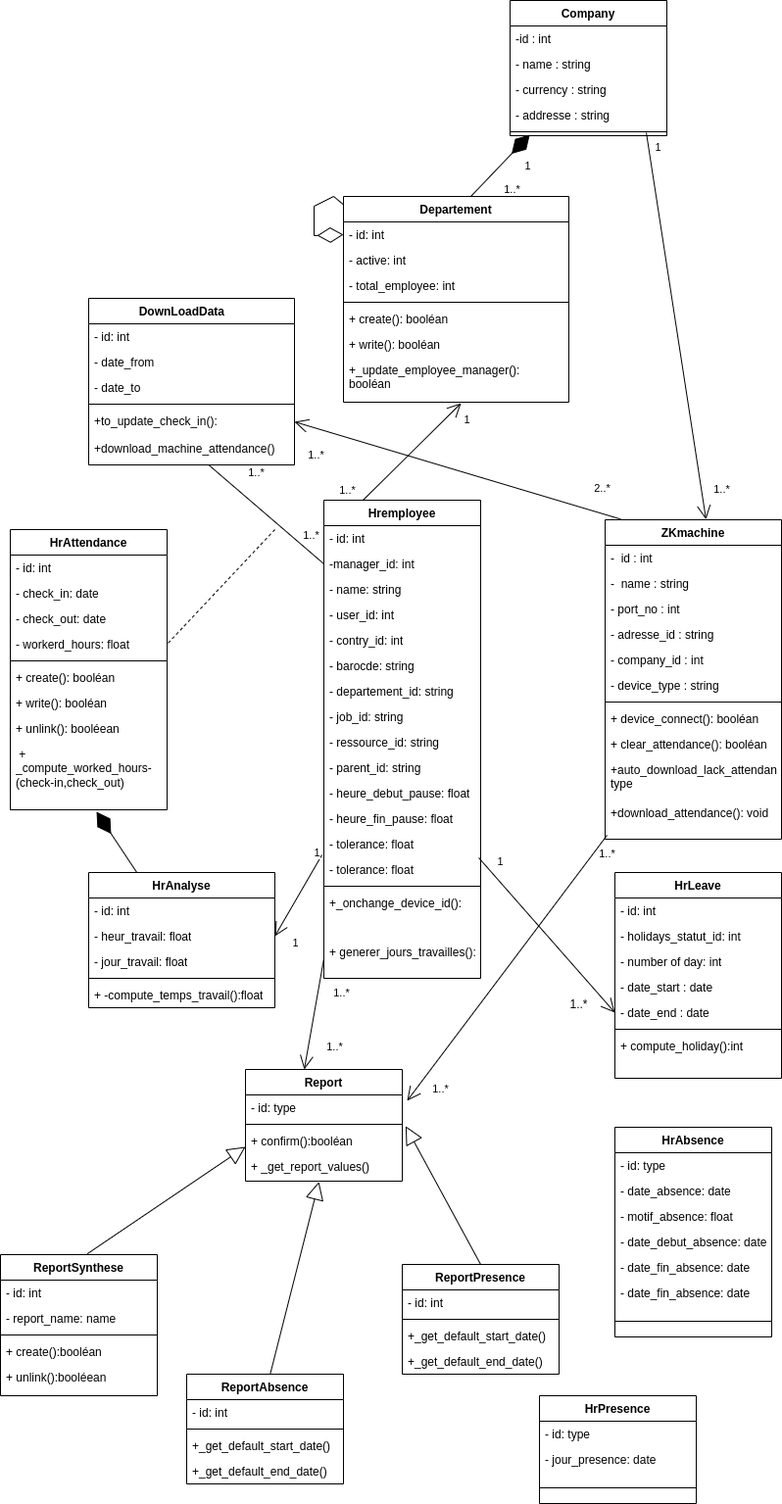
The draw.io diagram static/Diagramme de classe.drawio.png in Siluearsene/borne_biometrique, before a commit. Source tidied: cells renumbered, new cells last; positions are measured from the earlier drawing's top-left corner, leaving out a move shared by most shapes.
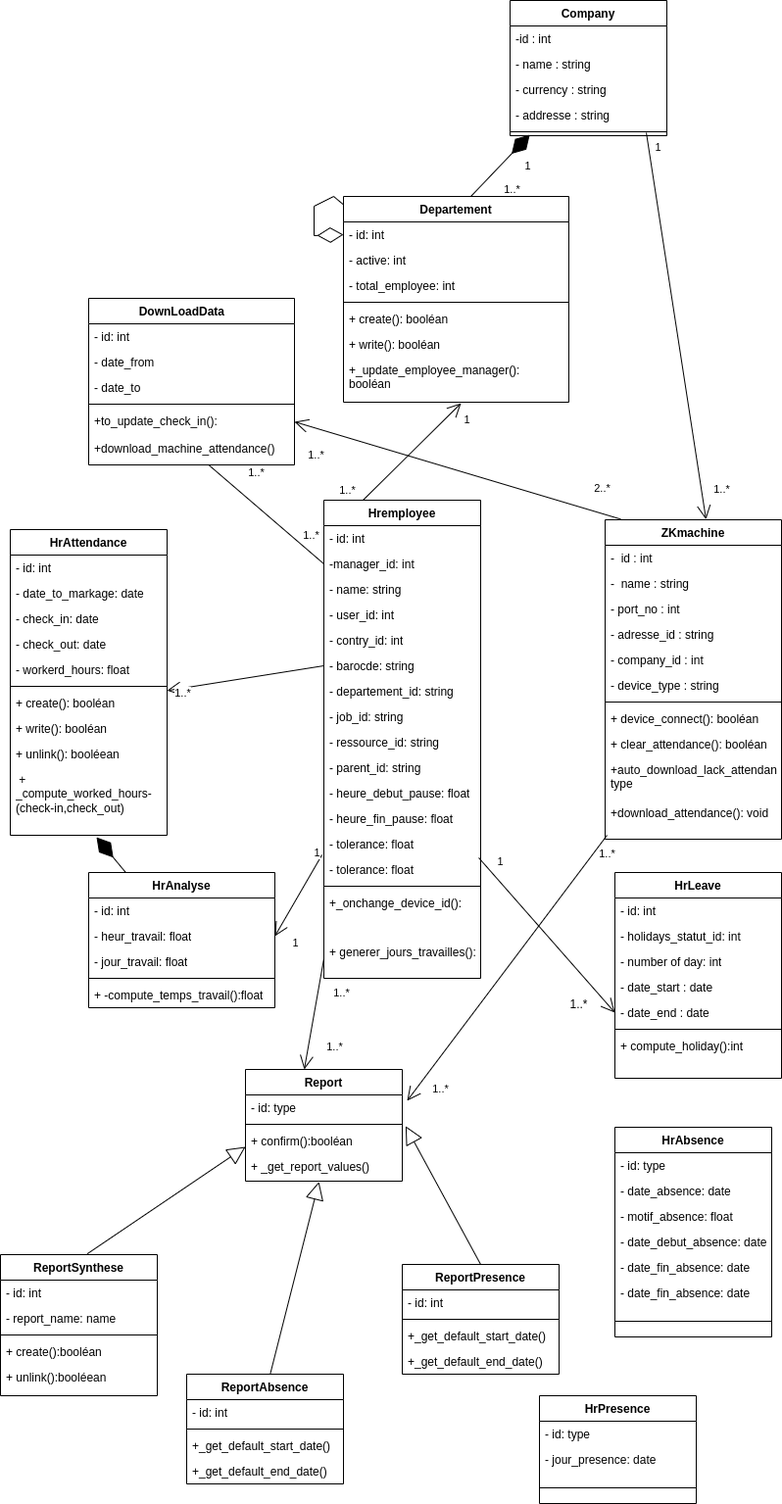
The same diagram one commit later.

Commit message:
Mettre à jour Diagramme de classe.drawio.png

Diff of the diagram source:
```diff
@@ -159,34 +159,37 @@
       <mxGeometry y="448" width="160" height="40" as="geometry" />
     </mxCell>
     <mxCell id="54" value="HrAttendance" style="swimlane;fontStyle=1;align=center;verticalAlign=top;horizontal=1;startSize=26;whiteSpace=wrap;html=1;" parent="1" vertex="1">
-      <mxGeometry x="10" y="540" width="160" height="286" as="geometry" />
+      <mxGeometry x="10" y="540" width="160" height="312" as="geometry" />
     </mxCell>
     <mxCell id="55" value="- id: int" style="text;strokeColor=none;fillColor=none;align=left;verticalAlign=top;spacingLeft=4;spacingRight=4;overflow=hidden;whiteSpace=wrap;html=1;" parent="54" vertex="1">
       <mxGeometry y="26" width="160" height="26" as="geometry" />
     </mxCell>
+    <mxCell id="143" value="- date_to_markage: date" style="text;strokeColor=none;fillColor=none;align=left;verticalAlign=top;spacingLeft=4;spacingRight=4;overflow=hidden;whiteSpace=wrap;html=1;" parent="54" vertex="1">
+      <mxGeometry y="52" width="160" height="26" as="geometry" />
+    </mxCell>
     <mxCell id="56" value="- check_in: date" style="text;strokeColor=none;fillColor=none;align=left;verticalAlign=top;spacingLeft=4;spacingRight=4;overflow=hidden;whiteSpace=wrap;html=1;" parent="54" vertex="1">
-      <mxGeometry y="52" width="160" height="26" as="geometry" />
+      <mxGeometry y="78" width="160" height="26" as="geometry" />
     </mxCell>
     <mxCell id="57" value="- check_out: date" style="text;strokeColor=none;fillColor=none;align=left;verticalAlign=top;spacingLeft=4;spacingRight=4;overflow=hidden;whiteSpace=wrap;html=1;" parent="54" vertex="1">
-      <mxGeometry y="78" width="160" height="26" as="geometry" />
+      <mxGeometry y="104" width="160" height="26" as="geometry" />
     </mxCell>
     <mxCell id="58" value="- workerd_hours: float" style="text;strokeColor=none;fillColor=none;align=left;verticalAlign=top;spacingLeft=4;spacingRight=4;overflow=hidden;points=[[0,0.5],[1,0.5]];portConstraint=eastwest;whiteSpace=wrap;html=1;" parent="54" vertex="1">
-      <mxGeometry y="104" width="160" height="26" as="geometry" />
+      <mxGeometry y="130" width="160" height="26" as="geometry" />
     </mxCell>
     <mxCell id="59" style="line;strokeWidth=1;fillColor=none;align=left;verticalAlign=middle;spacingTop=-1;spacingLeft=3;spacingRight=3;labelPosition=right;strokeColor=inherit;" parent="54" vertex="1">
-      <mxGeometry y="130" width="160" height="8" as="geometry" />
+      <mxGeometry y="156" width="160" height="8" as="geometry" />
     </mxCell>
     <mxCell id="60" value="+ create(): booléan" style="text;strokeColor=none;fillColor=none;align=left;verticalAlign=top;spacingLeft=4;spacingRight=4;overflow=hidden;points=[[0,0.5],[1,0.5]];portConstraint=eastwest;whiteSpace=wrap;html=1;" parent="54" vertex="1">
-      <mxGeometry y="138" width="160" height="26" as="geometry" />
+      <mxGeometry y="164" width="160" height="26" as="geometry" />
     </mxCell>
     <mxCell id="61" value="+ write(): booléan" style="text;strokeColor=none;fillColor=none;align=left;verticalAlign=top;spacingLeft=4;spacingRight=4;overflow=hidden;whiteSpace=wrap;html=1;" parent="54" vertex="1">
-      <mxGeometry y="164" width="160" height="26" as="geometry" />
+      <mxGeometry y="190" width="160" height="26" as="geometry" />
     </mxCell>
     <mxCell id="62" value="+ unlink(): booléean" style="text;strokeColor=none;fillColor=none;align=left;verticalAlign=top;spacingLeft=4;spacingRight=4;overflow=hidden;whiteSpace=wrap;html=1;" parent="54" vertex="1">
-      <mxGeometry y="190" width="160" height="26" as="geometry" />
+      <mxGeometry y="216" width="160" height="26" as="geometry" />
     </mxCell>
     <mxCell id="63" value="&amp;nbsp;+&amp;nbsp;&lt;br&gt;_compute_worked_hours-(check-in,check_out)" style="text;strokeColor=none;fillColor=none;align=left;verticalAlign=top;spacingLeft=4;spacingRight=4;overflow=hidden;points=[[0,0.5],[1,0.5]];portConstraint=eastwest;whiteSpace=wrap;html=1;" parent="54" vertex="1">
-      <mxGeometry y="216" width="160" height="70" as="geometry" />
+      <mxGeometry y="242" width="160" height="70" as="geometry" />
     </mxCell>
     <mxCell id="64" value="ReportSynthese" style="swimlane;fontStyle=1;align=center;verticalAlign=top;horizontal=1;startSize=26;whiteSpace=wrap;html=1;" parent="1" vertex="1">
       <mxGeometry y="1280" width="160" height="144" as="geometry" />
@@ -386,11 +389,6 @@
         <mxPoint x="38" as="offset" />
       </mxGeometry>
     </mxCell>
-    <mxCell id="122" style="endArrow=none;dashed=1;html=1;rounded=0;entryX=1;entryY=0.5;entryDx=0;entryDy=0;" parent="1" edge="1" target="58">
-      <mxGeometry relative="1" as="geometry">
-        <mxPoint x="280" y="540" as="sourcePoint" />
-      </mxGeometry>
-    </mxCell>
     <mxCell id="123" style="endArrow=open;endFill=1;endSize=12;html=1;rounded=0;entryX=0.375;entryY=0;entryDx=0;entryDy=0;entryPerimeter=0;exitX=0;exitY=0.5;exitDx=0;exitDy=0;" parent="1" edge="1" source="53" target="102">
       <mxGeometry relative="1" as="geometry" />
     </mxCell>
@@ -469,5 +467,13 @@
     <mxCell id="142" style="line;strokeWidth=1;fillColor=none;align=left;verticalAlign=middle;spacingTop=-1;spacingLeft=3;spacingRight=3;labelPosition=right;strokeColor=inherit;" parent="139" vertex="1">
       <mxGeometry y="78" width="160" height="32" as="geometry" />
     </mxCell>
+    <mxCell id="144" style="endArrow=open;endFill=1;endSize=12;html=1;rounded=0;exitX=0;exitY=0.5;exitDx=0;exitDy=0;" parent="1" edge="1" source="42" target="60">
+      <mxGeometry relative="1" as="geometry" />
+    </mxCell>
+    <mxCell id="145" value="1..*" style="edgeLabel;html=1;align=center;verticalAlign=middle;" parent="144" vertex="1">
+      <mxGeometry x="-0.76" y="1" relative="1" as="geometry">
+        <mxPoint x="-126" y="24" as="offset" />
+      </mxGeometry>
+    </mxCell>
   </root>
 </mxGraphModel>
```
